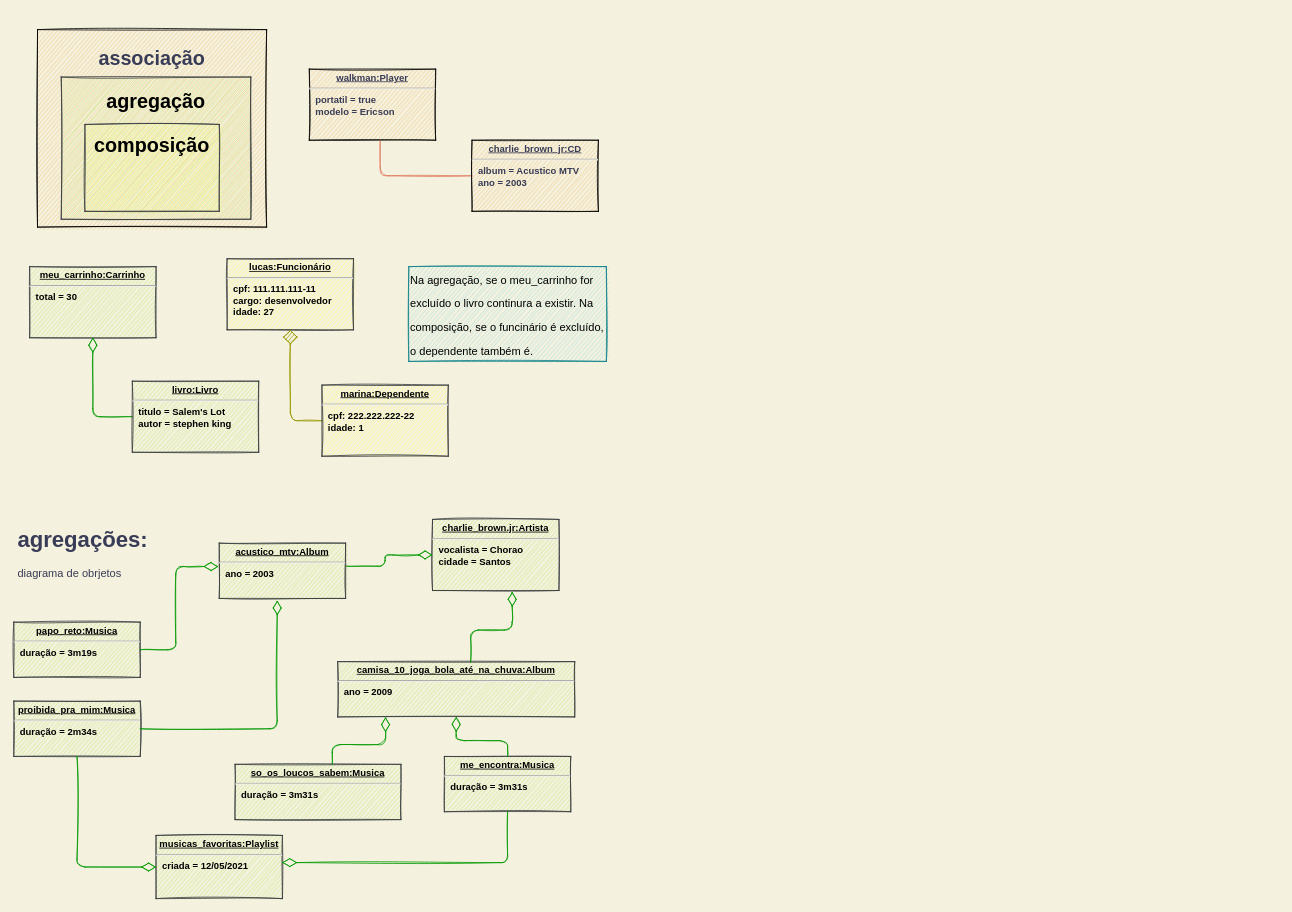
Above: Cap05 - Associações, agregação, modelagem com diagramas e implementação/diagramas.drawio in ludico1959/ifrs-poo (draw.io), before the change. Source tidied: cells renumbered, new cells numbered last; positions are measured from the earlier drawing's top-left corner, leaving out a move shared by most shapes. Both pictures are drawn from the tidied source at 79%, with x=0, y=0 at pixel (13, 29).
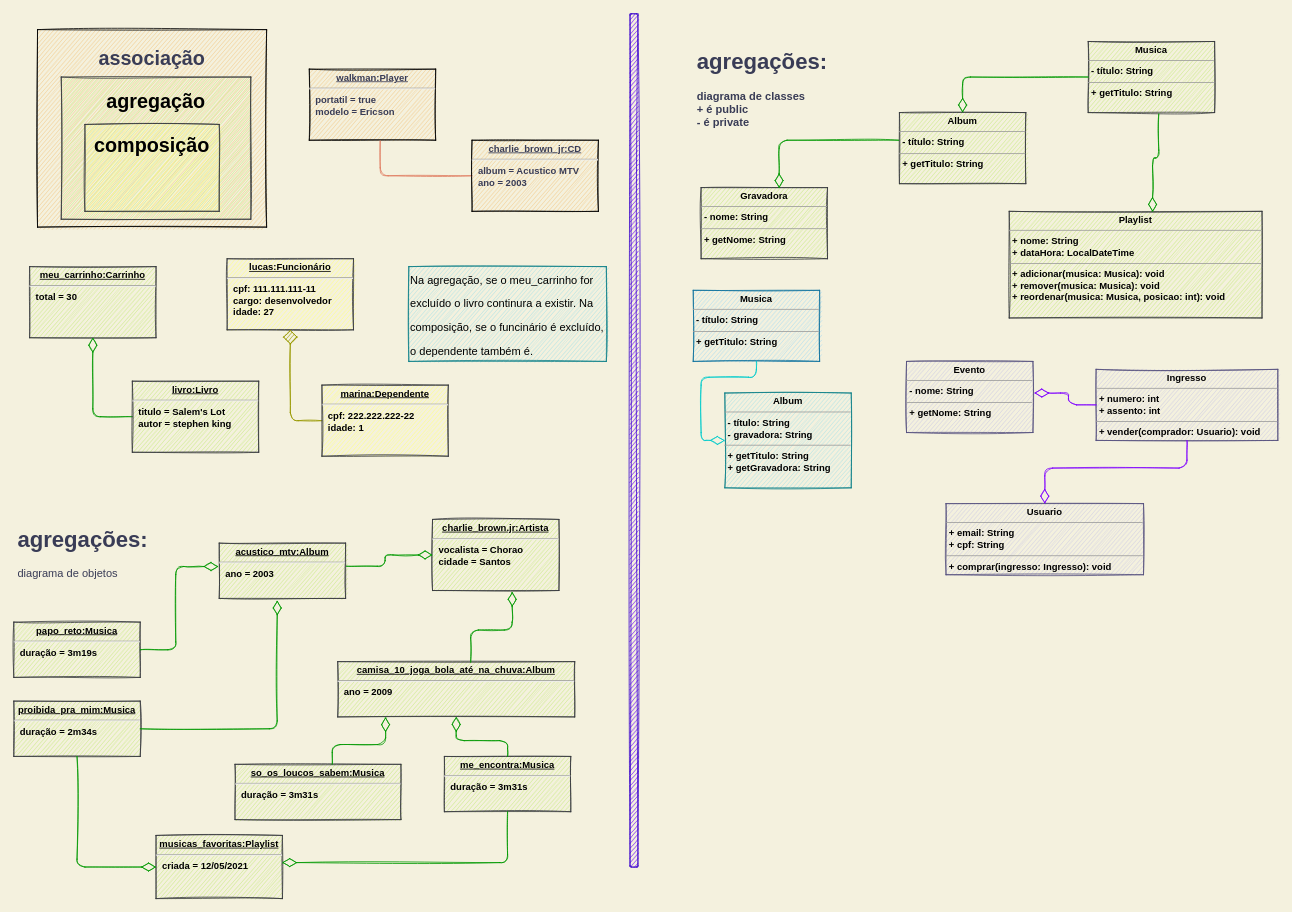
Above is the later version.

The edit, as a diff of the source:
```diff
@@
-    <mxCell id="16" value="&lt;h1&gt;agregações:&lt;/h1&gt;&lt;div&gt;diagrama de obrjetos&lt;/div&gt;" style="text;html=1;strokeColor=none;fillColor=none;spacing=5;spacingTop=-20;whiteSpace=wrap;overflow=hidden;rounded=0;shadow=0;glass=0;sketch=1;fontSize=14;fontColor=#393C56;" parent="1" vertex="1">
+    <mxCell id="16" value="&lt;h1&gt;agregações:&lt;/h1&gt;&lt;div&gt;diagrama de objetos&lt;/div&gt;" style="text;html=1;strokeColor=none;fillColor=none;spacing=5;spacingTop=-20;whiteSpace=wrap;overflow=hidden;rounded=0;shadow=0;glass=0;sketch=1;fontSize=14;fontColor=#393C56;" parent="1" vertex="1">
       <mxGeometry y="620" width="190" height="80" as="geometry" />
     </mxCell>
@@
+    <mxCell id="32" value="&lt;h1&gt;agregações:&lt;/h1&gt;&lt;div&gt;diagrama de classes&lt;/div&gt;&lt;div&gt;+ é public&lt;/div&gt;&lt;div&gt;- é private&lt;/div&gt;" style="text;html=1;strokeColor=none;fillColor=none;spacing=5;spacingTop=-20;whiteSpace=wrap;overflow=hidden;rounded=0;shadow=0;glass=0;sketch=1;fontSize=14;fontColor=#393C56;fontStyle=1;" parent="1" vertex="1">
+      <mxGeometry x="860" y="15" width="190" height="120" as="geometry" />
+    </mxCell>
+    <mxCell id="33" value="&lt;p style=&quot;margin:0px;margin-top:4px;text-align:center;&quot;&gt;&lt;b&gt;Musica&lt;/b&gt;&lt;/p&gt;&lt;hr size=&quot;1&quot;&gt;&lt;p style=&quot;margin:0px;margin-left:4px;&quot;&gt;&lt;b&gt;- título: String&lt;/b&gt;&lt;/p&gt;&lt;hr size=&quot;1&quot;&gt;&lt;p style=&quot;margin:0px;margin-left:4px;&quot;&gt;&lt;b&gt;+ getTitulo: String&lt;/b&gt;&lt;/p&gt;" style="verticalAlign=top;align=left;overflow=fill;fontSize=12;fontFamily=Helvetica;html=1;rounded=0;shadow=0;glass=0;sketch=1;strokeColor=#36393d;strokeWidth=1;fillColor=#cdeb8b;" parent="1" vertex="1">
+      <mxGeometry x="1360" y="15" width="160" height="90" as="geometry" />
+    </mxCell>
+    <mxCell id="34" style="rounded=1;whiteSpace=wrap;html=1;shadow=0;glass=0;sketch=1;fontSize=14;strokeColor=#3700CC;strokeWidth=1;fillColor=#6a00ff;fontColor=#ffffff;" parent="1" vertex="1">
+      <mxGeometry x="780" y="-20" width="10" height="1080" as="geometry" />
+    </mxCell>
+    <mxCell id="35" value="&lt;p style=&quot;margin:0px;margin-top:4px;text-align:center;&quot;&gt;&lt;b&gt;Album&lt;/b&gt;&lt;/p&gt;&lt;hr size=&quot;1&quot;&gt;&lt;p style=&quot;margin:0px;margin-left:4px;&quot;&gt;&lt;b&gt;- título: String&lt;/b&gt;&lt;/p&gt;&lt;hr size=&quot;1&quot;&gt;&lt;p style=&quot;margin:0px;margin-left:4px;&quot;&gt;&lt;b&gt;+ getTitulo: String&lt;/b&gt;&lt;/p&gt;" style="verticalAlign=top;align=left;overflow=fill;fontSize=12;fontFamily=Helvetica;html=1;rounded=0;shadow=0;glass=0;sketch=1;strokeColor=#36393d;strokeWidth=1;fillColor=#cdeb8b;" parent="1" vertex="1">
+      <mxGeometry x="1121" y="105" width="160" height="90" as="geometry" />
+    </mxCell>
+    <mxCell id="36" style="edgeStyle=orthogonalEdgeStyle;rounded=1;sketch=1;jettySize=auto;html=1;exitX=0;exitY=0.5;exitDx=0;exitDy=0;entryX=0.5;entryY=0;entryDx=0;entryDy=0;fontSize=25;fontColor=#393C56;endArrow=diamondThin;endFill=0;strokeColor=#009900;fillColor=#F2CC8F;endSize=16;" parent="1" edge="1" source="33" target="35">
+      <mxGeometry relative="1" as="geometry" />
+    </mxCell>
+    <mxCell id="37" value="&lt;p style=&quot;margin:0px;margin-top:4px;text-align:center;&quot;&gt;&lt;b&gt;Gravadora&lt;/b&gt;&lt;/p&gt;&lt;hr size=&quot;1&quot;&gt;&lt;p style=&quot;margin:0px;margin-left:4px;&quot;&gt;&lt;b&gt;- nome: String&lt;/b&gt;&lt;/p&gt;&lt;hr size=&quot;1&quot;&gt;&lt;p style=&quot;margin:0px;margin-left:4px;&quot;&gt;&lt;b&gt;+ getNome: String&lt;/b&gt;&lt;/p&gt;" style="verticalAlign=top;align=left;overflow=fill;fontSize=12;fontFamily=Helvetica;html=1;rounded=0;shadow=0;glass=0;sketch=1;strokeColor=#36393d;strokeWidth=1;fillColor=#cdeb8b;" parent="1" vertex="1">
+      <mxGeometry x="870" y="200" width="160" height="90" as="geometry" />
+    </mxCell>
+    <mxCell id="38" style="edgeStyle=orthogonalEdgeStyle;rounded=1;sketch=1;jettySize=auto;html=1;exitX=-0.006;exitY=0.389;exitDx=0;exitDy=0;entryX=0.617;entryY=0.007;entryDx=0;entryDy=0;fontSize=25;fontColor=#393C56;endArrow=diamondThin;endFill=0;strokeColor=#009900;fillColor=#F2CC8F;endSize=16;entryPerimeter=0;exitPerimeter=0;" parent="1" edge="1" source="35" target="37">
+      <mxGeometry relative="1" as="geometry" />
+    </mxCell>
+    <mxCell id="39" value="&lt;p style=&quot;margin:0px;margin-top:4px;text-align:center;&quot;&gt;&lt;b&gt;Album&lt;/b&gt;&lt;/p&gt;&lt;hr size=&quot;1&quot;&gt;&lt;p style=&quot;margin:0px;margin-left:4px;&quot;&gt;&lt;b&gt;- título: String&lt;/b&gt;&lt;/p&gt;&lt;p style=&quot;margin:0px;margin-left:4px;&quot;&gt;&lt;b&gt;- gravadora: String&lt;/b&gt;&lt;/p&gt;&lt;hr size=&quot;1&quot;&gt;&lt;p style=&quot;margin:0px;margin-left:4px;&quot;&gt;&lt;b&gt;+ getTitulo: String&lt;/b&gt;&lt;/p&gt;&lt;p style=&quot;margin:0px;margin-left:4px;&quot;&gt;&lt;b&gt;+ getGravadora: String&lt;/b&gt;&lt;b&gt;&lt;br&gt;&lt;/b&gt;&lt;/p&gt;" style="verticalAlign=top;align=left;overflow=fill;fontSize=12;fontFamily=Helvetica;html=1;rounded=0;shadow=0;glass=0;sketch=1;strokeColor=#0e8088;strokeWidth=1;fillColor=#b0e3e6;" parent="1" vertex="1">
+      <mxGeometry x="900" y="460" width="160" height="120" as="geometry" />
+    </mxCell>
+    <mxCell id="40" value="&lt;p style=&quot;margin:0px;margin-top:4px;text-align:center;&quot;&gt;&lt;b&gt;Musica&lt;/b&gt;&lt;/p&gt;&lt;hr size=&quot;1&quot;&gt;&lt;p style=&quot;margin:0px;margin-left:4px;&quot;&gt;&lt;b&gt;- título: String&lt;/b&gt;&lt;/p&gt;&lt;hr size=&quot;1&quot;&gt;&lt;p style=&quot;margin:0px;margin-left:4px;&quot;&gt;&lt;b&gt;+ getTitulo: String&lt;/b&gt;&lt;/p&gt;" style="verticalAlign=top;align=left;overflow=fill;fontSize=12;fontFamily=Helvetica;html=1;rounded=0;shadow=0;glass=0;sketch=1;strokeColor=#10739e;strokeWidth=1;fillColor=#b1ddf0;" parent="1" vertex="1">
+      <mxGeometry x="860" y="330" width="160" height="90" as="geometry" />
+    </mxCell>
+    <mxCell id="41" style="edgeStyle=orthogonalEdgeStyle;rounded=1;sketch=1;jettySize=auto;html=1;entryX=0;entryY=0.5;entryDx=0;entryDy=0;fontSize=25;fontColor=#393C56;endArrow=diamondThin;endFill=0;strokeColor=#00CCCC;fillColor=#F2CC8F;endSize=16;" parent="1" edge="1" source="40" target="39">
+      <mxGeometry relative="1" as="geometry" />
+    </mxCell>
+    <mxCell id="42" value="&lt;p style=&quot;margin:0px;margin-top:4px;text-align:center;&quot;&gt;&lt;b&gt;Playlist&lt;/b&gt;&lt;/p&gt;&lt;hr size=&quot;1&quot;&gt;&lt;p style=&quot;margin:0px;margin-left:4px;&quot;&gt;&lt;b&gt;+ nome: String&lt;/b&gt;&lt;/p&gt;&lt;p style=&quot;margin:0px;margin-left:4px;&quot;&gt;&lt;b&gt;+ dataHora: LocalDateTime&lt;/b&gt;&lt;/p&gt;&lt;hr size=&quot;1&quot;&gt;&lt;p style=&quot;margin:0px;margin-left:4px;&quot;&gt;&lt;b&gt;+ adicionar(musica: Musica): void&lt;/b&gt;&lt;/p&gt;&lt;p style=&quot;margin:0px;margin-left:4px;&quot;&gt;&lt;b&gt;+ remover(&lt;/b&gt;&lt;b&gt;musica: Musica&lt;/b&gt;&lt;b&gt;): void&lt;/b&gt;&lt;b&gt;&lt;br&gt;&lt;/b&gt;&lt;/p&gt;&lt;p style=&quot;margin:0px;margin-left:4px;&quot;&gt;&lt;b&gt;+ reordenar(&lt;/b&gt;&lt;b&gt;musica: Musica, posicao: int&lt;/b&gt;&lt;b&gt;): void&lt;/b&gt;&lt;b&gt;&lt;br&gt;&lt;/b&gt;&lt;/p&gt;" style="verticalAlign=top;align=left;overflow=fill;fontSize=12;fontFamily=Helvetica;html=1;rounded=0;shadow=0;glass=0;sketch=1;strokeColor=#36393d;strokeWidth=1;fillColor=#cdeb8b;" parent="1" vertex="1">
+      <mxGeometry x="1260" y="230" width="320" height="135" as="geometry" />
+    </mxCell>
+    <mxCell id="43" style="edgeStyle=orthogonalEdgeStyle;rounded=1;sketch=1;jettySize=auto;html=1;exitX=0.558;exitY=1.02;exitDx=0;exitDy=0;entryX=0.567;entryY=0.005;entryDx=0;entryDy=0;fontSize=25;fontColor=#393C56;endArrow=diamondThin;endFill=0;strokeColor=#009900;fillColor=#F2CC8F;endSize=16;exitPerimeter=0;entryPerimeter=0;" parent="1" edge="1" source="33" target="42">
+      <mxGeometry relative="1" as="geometry" />
+    </mxCell>
+    <mxCell id="44" value="&lt;p style=&quot;margin:0px;margin-top:4px;text-align:center;&quot;&gt;&lt;b&gt;Evento&lt;/b&gt;&lt;/p&gt;&lt;hr size=&quot;1&quot;&gt;&lt;p style=&quot;margin:0px;margin-left:4px;&quot;&gt;&lt;b&gt;- nome: String&lt;/b&gt;&lt;/p&gt;&lt;hr size=&quot;1&quot;&gt;&lt;p style=&quot;margin:0px;margin-left:4px;&quot;&gt;&lt;b&gt;+ getNome: String&lt;/b&gt;&lt;/p&gt;" style="verticalAlign=top;align=left;overflow=fill;fontSize=12;fontFamily=Helvetica;html=1;rounded=0;shadow=0;glass=0;sketch=1;strokeColor=#56517e;strokeWidth=1;fillColor=#d0cee2;" parent="1" vertex="1">
+      <mxGeometry x="1130" y="420" width="160" height="90" as="geometry" />
+    </mxCell>
+    <mxCell id="45" value="&lt;p style=&quot;margin:0px;margin-top:4px;text-align:center;&quot;&gt;&lt;b&gt;Ingresso&lt;/b&gt;&lt;/p&gt;&lt;hr size=&quot;1&quot;&gt;&lt;p style=&quot;margin:0px;margin-left:4px;&quot;&gt;&lt;b&gt;+ numero: int&lt;/b&gt;&lt;/p&gt;&lt;p style=&quot;margin:0px;margin-left:4px;&quot;&gt;&lt;b&gt;+ assento: int&lt;/b&gt;&lt;/p&gt;&lt;hr size=&quot;1&quot;&gt;&lt;p style=&quot;margin:0px;margin-left:4px;&quot;&gt;&lt;b&gt;+ vender(comprador: Usuario): void&lt;/b&gt;&lt;/p&gt;" style="verticalAlign=top;align=left;overflow=fill;fontSize=12;fontFamily=Helvetica;html=1;rounded=0;shadow=0;glass=0;sketch=1;strokeColor=#56517e;strokeWidth=1;fillColor=#d0cee2;" parent="1" vertex="1">
+      <mxGeometry x="1370" y="430" width="230" height="90" as="geometry" />
+    </mxCell>
+    <mxCell id="46" style="edgeStyle=orthogonalEdgeStyle;rounded=1;sketch=1;jettySize=auto;html=1;entryX=1.011;entryY=0.444;entryDx=0;entryDy=0;fontSize=25;fontColor=#393C56;endArrow=diamondThin;endFill=0;strokeColor=#7F00FF;fillColor=#F2CC8F;endSize=16;exitX=0;exitY=0.5;exitDx=0;exitDy=0;entryPerimeter=0;" parent="1" edge="1" source="45" target="44">
+      <mxGeometry relative="1" as="geometry" />
+    </mxCell>
+    <mxCell id="47" value="&lt;p style=&quot;margin:0px;margin-top:4px;text-align:center;&quot;&gt;&lt;b&gt;Usuario&lt;/b&gt;&lt;/p&gt;&lt;hr size=&quot;1&quot;&gt;&lt;p style=&quot;margin:0px;margin-left:4px;&quot;&gt;&lt;b&gt;+ email: String&lt;/b&gt;&lt;/p&gt;&lt;p style=&quot;margin:0px;margin-left:4px;&quot;&gt;&lt;b&gt;+ cpf: String&lt;/b&gt;&lt;/p&gt;&lt;hr size=&quot;1&quot;&gt;&lt;p style=&quot;margin:0px;margin-left:4px;&quot;&gt;&lt;b&gt;+ comprar(ingresso: Ingresso): void&lt;/b&gt;&lt;/p&gt;" style="verticalAlign=top;align=left;overflow=fill;fontSize=12;fontFamily=Helvetica;html=1;rounded=0;shadow=0;glass=0;sketch=1;strokeColor=#56517e;strokeWidth=1;fillColor=#d0cee2;" parent="1" vertex="1">
+      <mxGeometry x="1180" y="600" width="250" height="90" as="geometry" />
+    </mxCell>
+    <mxCell id="48" style="edgeStyle=orthogonalEdgeStyle;rounded=1;sketch=1;jettySize=auto;html=1;fontSize=25;fontColor=#393C56;endArrow=diamondThin;endFill=0;strokeColor=#7F00FF;fillColor=#F2CC8F;endSize=16;exitX=0.5;exitY=1;exitDx=0;exitDy=0;entryX=0.5;entryY=0;entryDx=0;entryDy=0;" parent="1" edge="1" source="45" target="47">
+      <mxGeometry relative="1" as="geometry" />
+    </mxCell>
```
